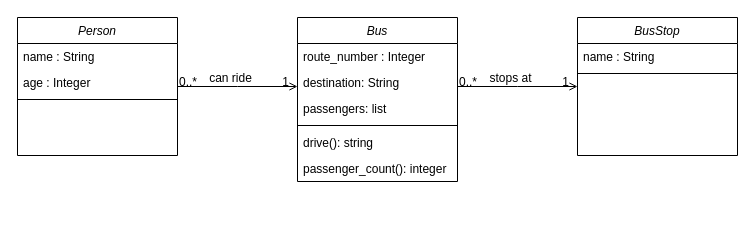
The draw.io diagram UMLClassDiagram.drawio in Michalju/week2_day2_homework, before the edit. Source tidied: cells renumbered, new cells numbered last; positions are measured from the earlier drawing's top-left corner, leaving out a move shared by most shapes. Both pictures are drawn from the tidied source at 100%, with x=0, y=0 at pixel (17, 17).
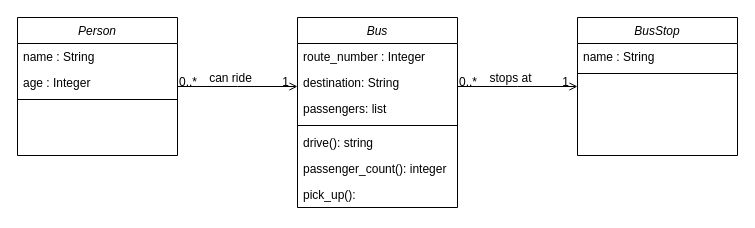
Above is the later version.

Commit message (it also covers changes not shown here):
Updated class diagram and class Bus to add method pick_up

What changed in the source:
```diff
@@
     <mxCell id="2" value="Bus" style="swimlane;fontStyle=2;align=center;verticalAlign=top;horizontal=1;startSize=26;rounded=0;shadow=0;strokeWidth=1;" parent="1" vertex="1">
-      <mxGeometry x="280" width="160" height="164" as="geometry" />
+      <mxGeometry x="280" width="160" height="190" as="geometry" />
     </mxCell>
@@
+    <mxCell id="24" value="pick_up(): " style="text;align=left;verticalAlign=top;spacingLeft=4;spacingRight=4;overflow=hidden;" parent="2" vertex="1">
+      <mxGeometry y="164" width="160" height="26" as="geometry" />
+    </mxCell>
```
